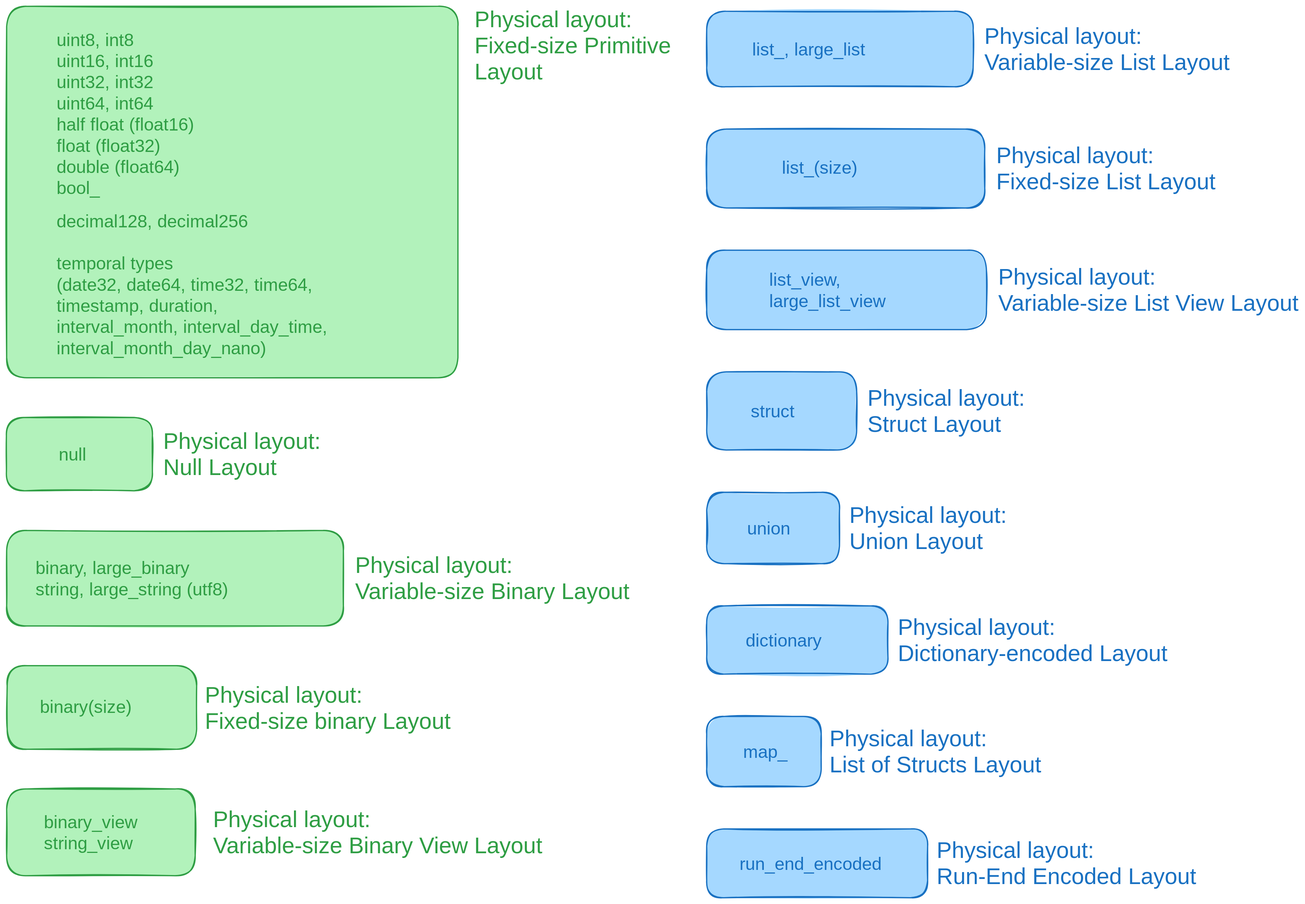
This is diagrams/all-types.svg from voltrondata-labs/2024-arrow-format-tutorial, a Excalidraw export, as it was before one commit. Source tidied: one line per element, renumbered; positions are measured from the earlier drawing's top-left corner, leaving out a move shared by most shapes.
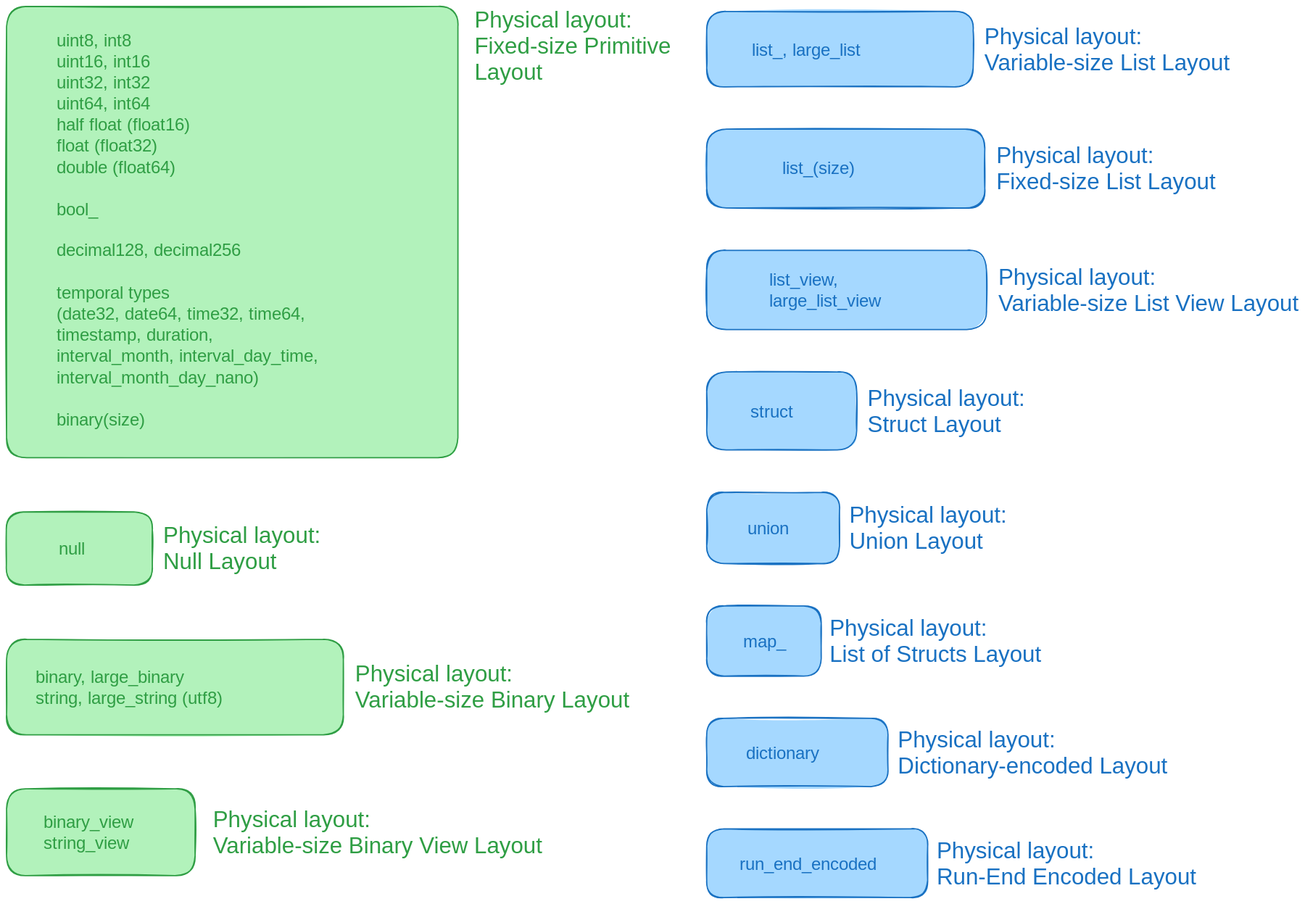
The same diagram one commit later.

Commit message:
Update all types notebook (#20)

The edit, as a diff of the source:
```diff
@@ -1,16 +1,13 @@
-{"id": 0, "type": "rectangle", "strokeColor": "#2f9e44", "backgroundColor": "#b2f2bb", "fillStyle": "solid", "strokeWidth": 2, "roughness": 1, "round": true, "x": 0, "y": 0, "width": 717, "height": 590}
+{"id": 0, "type": "rectangle", "strokeColor": "#2f9e44", "backgroundColor": "#b2f2bb", "fillStyle": "solid", "strokeWidth": 2, "roughness": 1, "round": true, "x": 0, "y": 0, "width": 717, "height": 717}
-{"id": 1, "type": "text", "text": "uint8, int8\nuint16, int16\nuint32, int32\nuint64, int64\nhalf float (float16)\nfloat (float32)\ndouble (float64)\nbool_", "strokeColor": "#2f9e44", "strokeWidth": 2, "roughness": 1, "fontSize": 28, "fontFamily": 3, "x": 80, "y": 36, "width": 328, "height": 269}
+{"id": 1, "type": "text", "text": "uint8, int8\nuint16, int16\nuint32, int32\nuint64, int64\nhalf float (float16)\nfloat (float32)\ndouble (float64)\n\nbool_", "strokeColor": "#2f9e44", "strokeWidth": 2, "roughness": 1, "fontSize": 28, "fontFamily": 3, "x": 80, "y": 36, "width": 330, "height": 302}
-{"id": 2, "type": "text", "text": "decimal128, decimal256\n\ntemporal types\n(date32, date64, time32, time64,\ntimestamp, duration,\ninterval_month, interval_day_time,\ninterval_month_day_nano)", "strokeColor": "#2f9e44", "strokeWidth": 2, "roughness": 1, "fontSize": 28, "fontFamily": 3, "x": 80, "y": 324, "width": 558, "height": 235}
+{"id": 2, "type": "text", "text": "decimal128, decimal256\n\ntemporal types\n(date32, date64, time32, time64,\ntimestamp, duration,\ninterval_month, interval_day_time,\ninterval_month_day_nano)\n\nbinary(size)", "strokeColor": "#2f9e44", "strokeWidth": 2, "roughness": 1, "fontSize": 28, "fontFamily": 3, "x": 80, "y": 370, "width": 560, "height": 302}
 {"id": 3, "type": "text", "text": "Physical layout:\nFixed-size Primitive\nLayout", "strokeColor": "#2f9e44", "strokeWidth": 2, "roughness": 1, "fontSize": 36, "fontFamily": 2, "x": 743, "y": 0, "width": 312, "height": 124}
-{"id": 4, "type": "rectangle", "strokeColor": "#2f9e44", "backgroundColor": "#b2f2bb", "fillStyle": "solid", "strokeWidth": 2, "roughness": 1, "round": true, "x": 0, "y": 653, "width": 232, "height": 116}
+{"id": 4, "type": "rectangle", "strokeColor": "#2f9e44", "backgroundColor": "#b2f2bb", "fillStyle": "solid", "strokeWidth": 2, "roughness": 1, "round": true, "x": 0, "y": 803, "width": 232, "height": 116}
-{"id": 5, "type": "text", "text": "null", "strokeColor": "#2f9e44", "strokeWidth": 2, "roughness": 1, "fontSize": 28, "fontFamily": 3, "x": 83, "y": 694, "width": 66, "height": 34}
+{"id": 5, "type": "text", "text": "null", "strokeColor": "#2f9e44", "strokeWidth": 2, "roughness": 1, "fontSize": 28, "fontFamily": 3, "x": 83, "y": 844, "width": 66, "height": 34}
-{"id": 6, "type": "text", "text": "Physical layout:\nNull Layout", "strokeColor": "#2f9e44", "strokeWidth": 2, "roughness": 1, "fontSize": 36, "fontFamily": 2, "x": 249, "y": 669, "width": 250, "height": 83}
+{"id": 6, "type": "text", "text": "Physical layout:\nNull Layout", "strokeColor": "#2f9e44", "strokeWidth": 2, "roughness": 1, "fontSize": 36, "fontFamily": 2, "x": 249, "y": 819, "width": 250, "height": 83}
-{"id": 7, "type": "rectangle", "strokeColor": "#2f9e44", "backgroundColor": "#b2f2bb", "fillStyle": "solid", "strokeWidth": 2, "roughness": 1, "round": true, "x": 0, "y": 832, "width": 535, "height": 152}
+{"id": 7, "type": "rectangle", "strokeColor": "#2f9e44", "backgroundColor": "#b2f2bb", "fillStyle": "solid", "strokeWidth": 2, "roughness": 1, "round": true, "x": 0, "y": 1005, "width": 535, "height": 152}
-{"id": 8, "type": "text", "text": "binary, large_binary\nstring, large_string (utf8)", "strokeColor": "#2f9e44", "strokeWidth": 2, "roughness": 1, "fontSize": 28, "fontFamily": 3, "x": 46, "y": 874, "width": 443, "height": 67}
+{"id": 8, "type": "text", "text": "binary, large_binary\nstring, large_string (utf8)", "strokeColor": "#2f9e44", "strokeWidth": 2, "roughness": 1, "fontSize": 28, "fontFamily": 3, "x": 46, "y": 1047, "width": 443, "height": 67}
-{"id": 9, "type": "text", "text": "Physical layout:\nVariable-size Binary Layout", "strokeColor": "#2f9e44", "strokeWidth": 2, "roughness": 1, "fontSize": 36, "fontFamily": 2, "x": 554, "y": 866, "width": 436, "height": 83}
+{"id": 9, "type": "text", "text": "Physical layout:\nVariable-size Binary Layout", "strokeColor": "#2f9e44", "strokeWidth": 2, "roughness": 1, "fontSize": 36, "fontFamily": 2, "x": 554, "y": 1039, "width": 436, "height": 83}
-{"id": 10, "type": "rectangle", "strokeColor": "#2f9e44", "backgroundColor": "#b2f2bb", "fillStyle": "solid", "strokeWidth": 2, "roughness": 1, "round": true, "x": 1, "y": 1047, "width": 301, "height": 133}
-{"id": 11, "type": "text", "text": "binary(size)", "strokeColor": "#2f9e44", "strokeWidth": 2, "roughness": 1, "fontSize": 28, "fontFamily": 3, "x": 53, "y": 1095, "width": 197, "height": 34}
-{"id": 12, "type": "text", "text": "Physical layout:\nFixed-size binary Layout", "strokeColor": "#2f9e44", "strokeWidth": 2, "roughness": 1, "fontSize": 36, "fontFamily": 2, "x": 315, "y": 1072, "width": 390, "height": 83}
 {"id": 13, "type": "rectangle", "strokeColor": "#2f9e44", "backgroundColor": "#b2f2bb", "fillStyle": "solid", "strokeWidth": 2, "roughness": 1, "round": true, "x": 0, "y": 1242, "width": 299, "height": 138}
 {"id": 14, "type": "text", "text": "Physical layout:\nVariable-size Binary View Layout", "strokeColor": "#2f9e44", "strokeWidth": 2, "roughness": 1, "fontSize": 36, "fontFamily": 2, "x": 328, "y": 1270, "width": 523, "height": 83}
 {"id": 15, "type": "text", "text": "binary_view\nstring_view", "strokeColor": "#2f9e44", "strokeWidth": 2, "roughness": 1, "fontSize": 28, "fontFamily": 3, "x": 59, "y": 1278, "width": 180, "height": 67}
@@ -26,12 +23,12 @@
 {"id": 25, "type": "rectangle", "strokeColor": "#1971c2", "backgroundColor": "#a5d8ff", "fillStyle": "solid", "strokeWidth": 2, "roughness": 1, "round": true, "x": 1112, "y": 580, "width": 238, "height": 124}
 {"id": 26, "type": "text", "text": "Physical layout:\nStruct Layout", "strokeColor": "#1971c2", "backgroundColor": "#a5d8ff", "fillStyle": "solid", "strokeWidth": 2, "roughness": 1, "fontSize": 36, "fontFamily": 2, "x": 1367, "y": 601, "width": 250, "height": 83}
 {"id": 27, "type": "text", "text": "struct", "strokeColor": "#1971c2", "backgroundColor": "#a5d8ff", "fillStyle": "hachure", "strokeWidth": 1, "strokeStyle": "dotted", "roughness": 2, "fontSize": 28, "fontFamily": 3, "x": 1182, "y": 625, "width": 98, "height": 34}
-{"id": 28, "type": "rectangle", "strokeColor": "#1971c2", "backgroundColor": "#a5d8ff", "fillStyle": "solid", "strokeWidth": 2, "roughness": 1, "round": true, "x": 1112, "y": 952, "width": 288, "height": 108}
+{"id": 28, "type": "rectangle", "strokeColor": "#1971c2", "backgroundColor": "#a5d8ff", "fillStyle": "solid", "strokeWidth": 2, "roughness": 1, "round": true, "x": 1112, "y": 1130, "width": 288, "height": 108}
-{"id": 29, "type": "text", "text": "Physical layout:\nDictionary-encoded Layout", "strokeColor": "#1971c2", "backgroundColor": "#a5d8ff", "fillStyle": "solid", "strokeWidth": 2, "roughness": 1, "fontSize": 36, "fontFamily": 2, "x": 1415, "y": 965, "width": 428, "height": 83}
+{"id": 29, "type": "text", "text": "Physical layout:\nDictionary-encoded Layout", "strokeColor": "#1971c2", "backgroundColor": "#a5d8ff", "fillStyle": "solid", "strokeWidth": 2, "roughness": 1, "fontSize": 36, "fontFamily": 2, "x": 1415, "y": 1143, "width": 428, "height": 83}
-{"id": 30, "type": "text", "text": "dictionary", "strokeColor": "#1971c2", "backgroundColor": "#a5d8ff", "fillStyle": "hachure", "strokeWidth": 1, "strokeStyle": "dotted", "roughness": 2, "fontSize": 28, "fontFamily": 3, "x": 1174, "y": 989, "width": 164, "height": 34}
+{"id": 30, "type": "text", "text": "dictionary", "strokeColor": "#1971c2", "backgroundColor": "#a5d8ff", "fillStyle": "hachure", "strokeWidth": 1, "strokeStyle": "dotted", "roughness": 2, "fontSize": 28, "fontFamily": 3, "x": 1174, "y": 1168, "width": 164, "height": 34}
-{"id": 31, "type": "rectangle", "strokeColor": "#1971c2", "backgroundColor": "#a5d8ff", "fillStyle": "solid", "strokeWidth": 2, "roughness": 1, "round": true, "x": 1112, "y": 1127, "width": 182, "height": 112}
+{"id": 31, "type": "rectangle", "strokeColor": "#1971c2", "backgroundColor": "#a5d8ff", "fillStyle": "solid", "strokeWidth": 2, "roughness": 1, "round": true, "x": 1112, "y": 952, "width": 182, "height": 112}
-{"id": 32, "type": "text", "text": "Physical layout:\nList of Structs Layout", "strokeColor": "#1971c2", "backgroundColor": "#a5d8ff", "fillStyle": "solid", "strokeWidth": 2, "roughness": 1, "fontSize": 36, "fontFamily": 2, "x": 1307, "y": 1142, "width": 336, "height": 83}
+{"id": 32, "type": "text", "text": "Physical layout:\nList of Structs Layout", "strokeColor": "#1971c2", "backgroundColor": "#a5d8ff", "fillStyle": "solid", "strokeWidth": 2, "roughness": 1, "fontSize": 36, "fontFamily": 2, "x": 1307, "y": 966, "width": 336, "height": 83}
-{"id": 33, "type": "text", "text": "map_", "strokeColor": "#1971c2", "backgroundColor": "#a5d8ff", "fillStyle": "hachure", "strokeWidth": 1, "strokeStyle": "dotted", "roughness": 2, "fontSize": 28, "fontFamily": 3, "x": 1170, "y": 1166, "width": 66, "height": 34}
+{"id": 33, "type": "text", "text": "map_", "strokeColor": "#1971c2", "backgroundColor": "#a5d8ff", "fillStyle": "hachure", "strokeWidth": 1, "strokeStyle": "dotted", "roughness": 2, "fontSize": 28, "fontFamily": 3, "x": 1170, "y": 991, "width": 66, "height": 34}
 {"id": 34, "type": "rectangle", "strokeColor": "#1971c2", "backgroundColor": "#a5d8ff", "fillStyle": "solid", "strokeWidth": 2, "roughness": 1, "round": true, "x": 1112, "y": 771, "width": 211, "height": 113}
 {"id": 35, "type": "text", "text": "Physical layout:\nUnion Layout", "strokeColor": "#1971c2", "backgroundColor": "#a5d8ff", "fillStyle": "solid", "strokeWidth": 2, "roughness": 1, "fontSize": 36, "fontFamily": 2, "x": 1338, "y": 787, "width": 250, "height": 83}
 {"id": 36, "type": "text", "text": "union", "strokeColor": "#1971c2", "backgroundColor": "#a5d8ff", "fillStyle": "hachure", "strokeWidth": 1, "strokeStyle": "dotted", "roughness": 2, "fontSize": 28, "fontFamily": 3, "x": 1176, "y": 811, "width": 82, "height": 34}
```
